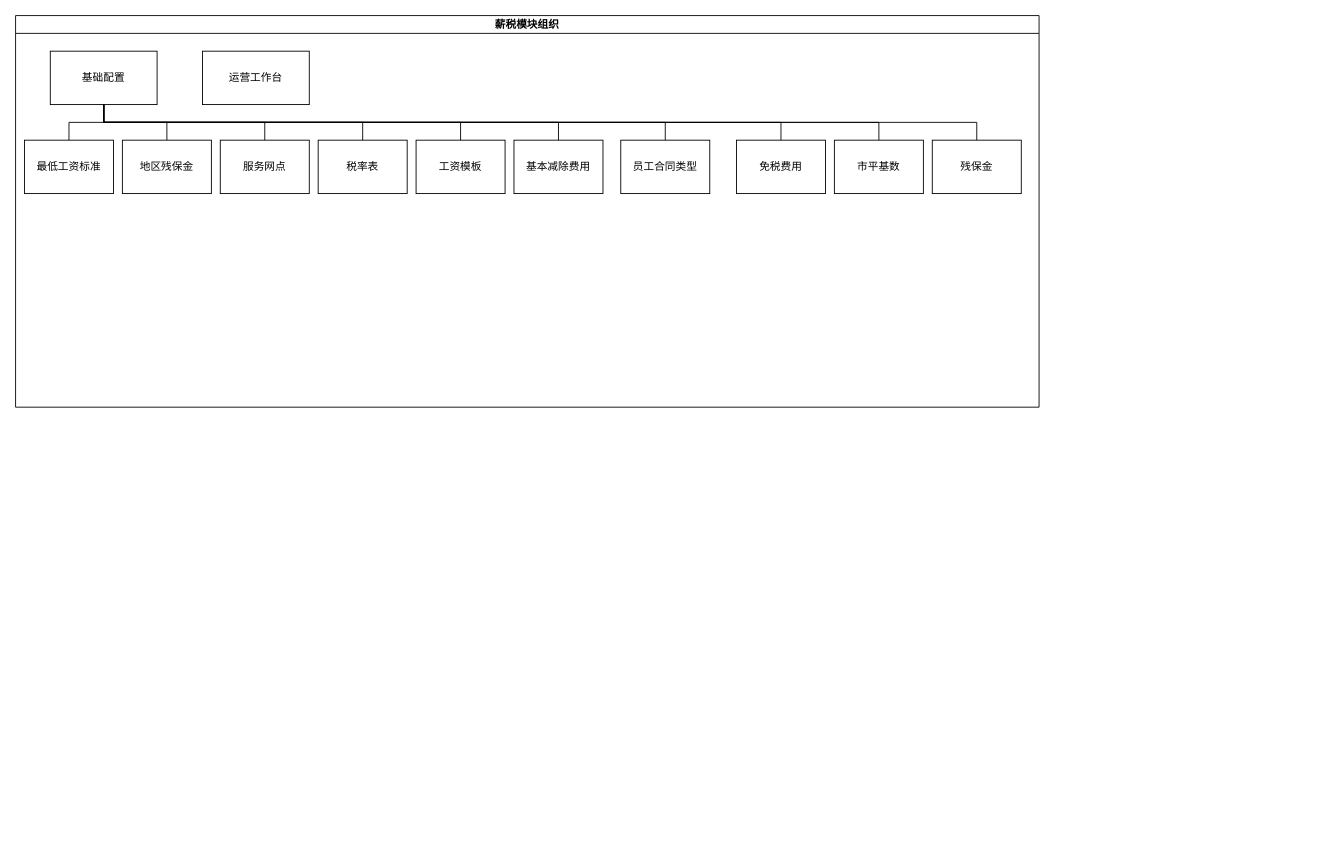
Earlier version of the draw.io diagram 薪税概况图.drawio (hz-jyq/draw). Source tidied: cells renumbered, new cells numbered last; positions are measured from the earlier drawing's top-left corner, leaving out a move shared by most shapes. Both pictures are drawn from the tidied source at 89%, with x=0, y=0 at pixel (15, 15).
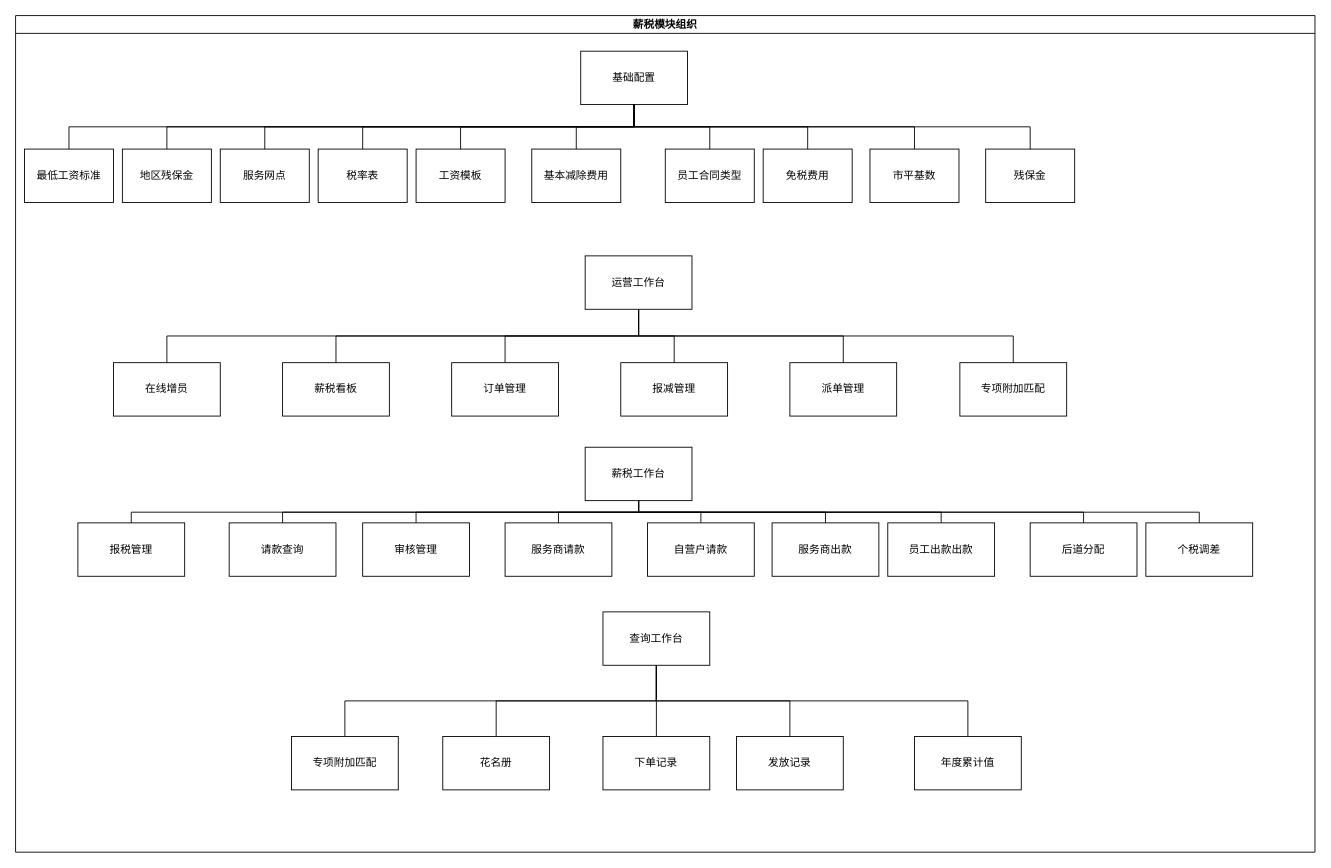
The same page after the edit.

Commit message:
更新薪税概况图.drawio

Diff of the diagram source:
```diff
@@
     <mxCell id="2" value="薪税模块组织" style="swimlane;startSize=20;horizontal=1;containerType=tree;newEdgeStyle={&quot;edgeStyle&quot;:&quot;elbowEdgeStyle&quot;,&quot;startArrow&quot;:&quot;none&quot;,&quot;endArrow&quot;:&quot;none&quot;};" parent="1" vertex="1">
-      <mxGeometry width="1150" height="440" as="geometry" />
+      <mxGeometry width="1460" height="940" as="geometry" />
     </mxCell>
@@
     <mxCell id="5" value="基础配置" style="whiteSpace=wrap;html=1;align=center;newEdgeStyle={&quot;edgeStyle&quot;:&quot;elbowEdgeStyle&quot;,&quot;startArrow&quot;:&quot;none&quot;,&quot;endArrow&quot;:&quot;none&quot;};" parent="2" vertex="1">
-      <mxGeometry x="39" y="40" width="120" height="60" as="geometry" />
+      <mxGeometry x="635" y="40" width="120" height="60" as="geometry" />
     </mxCell>
     <mxCell id="6" value="最低工资标准" style="whiteSpace=wrap;html=1;align=center;verticalAlign=middle;newEdgeStyle={&quot;edgeStyle&quot;:&quot;elbowEdgeStyle&quot;,&quot;startArrow&quot;:&quot;none&quot;,&quot;endArrow&quot;:&quot;none&quot;};" parent="2" vertex="1">
-      <mxGeometry x="10" y="140" width="100" height="60" as="geometry" />
+      <mxGeometry x="10" y="150" width="100" height="60" as="geometry" />
     </mxCell>
     <mxCell id="7" value="地区残保金" style="whiteSpace=wrap;html=1;align=center;verticalAlign=middle;newEdgeStyle={&quot;edgeStyle&quot;:&quot;elbowEdgeStyle&quot;,&quot;startArrow&quot;:&quot;none&quot;,&quot;endArrow&quot;:&quot;none&quot;};" parent="2" vertex="1" collapsed="1">
-      <mxGeometry x="120" y="140" width="100" height="60" as="geometry" />
+      <mxGeometry x="120" y="150" width="100" height="60" as="geometry" />
     </mxCell>
     <mxCell id="8" value="服务网点" style="whiteSpace=wrap;html=1;align=center;verticalAlign=middle;newEdgeStyle={&quot;edgeStyle&quot;:&quot;elbowEdgeStyle&quot;,&quot;startArrow&quot;:&quot;none&quot;,&quot;endArrow&quot;:&quot;none&quot;};" parent="2" vertex="1" collapsed="1">
-      <mxGeometry x="230" y="140" width="100" height="60" as="geometry" />
+      <mxGeometry x="230" y="150" width="100" height="60" as="geometry" />
     </mxCell>
@@
     <mxCell id="10" value="税率表" style="whiteSpace=wrap;html=1;align=center;verticalAlign=middle;newEdgeStyle={&quot;edgeStyle&quot;:&quot;elbowEdgeStyle&quot;,&quot;startArrow&quot;:&quot;none&quot;,&quot;endArrow&quot;:&quot;none&quot;};" parent="2" vertex="1" collapsed="1">
-      <mxGeometry x="340" y="140" width="100" height="60" as="geometry" />
+      <mxGeometry x="340" y="150" width="100" height="60" as="geometry" />
     </mxCell>
@@
     <mxCell id="12" value="工资模板" style="whiteSpace=wrap;html=1;align=center;verticalAlign=middle;newEdgeStyle={&quot;edgeStyle&quot;:&quot;elbowEdgeStyle&quot;,&quot;startArrow&quot;:&quot;none&quot;,&quot;endArrow&quot;:&quot;none&quot;};" parent="2" vertex="1" collapsed="1">
-      <mxGeometry x="450" y="140" width="100" height="60" as="geometry" />
+      <mxGeometry x="450" y="150" width="100" height="60" as="geometry" />
     </mxCell>
@@
     <mxCell id="14" value="基本减除费用" style="whiteSpace=wrap;html=1;align=center;verticalAlign=middle;newEdgeStyle={&quot;edgeStyle&quot;:&quot;elbowEdgeStyle&quot;,&quot;startArrow&quot;:&quot;none&quot;,&quot;endArrow&quot;:&quot;none&quot;};" parent="2" vertex="1" collapsed="1">
-      <mxGeometry x="560" y="140" width="100" height="60" as="geometry" />
+      <mxGeometry x="580" y="150" width="100" height="60" as="geometry" />
     </mxCell>
@@
     <mxCell id="16" value="员工合同类型" style="whiteSpace=wrap;html=1;align=center;verticalAlign=middle;newEdgeStyle={&quot;edgeStyle&quot;:&quot;elbowEdgeStyle&quot;,&quot;startArrow&quot;:&quot;none&quot;,&quot;endArrow&quot;:&quot;none&quot;};" parent="2" vertex="1" collapsed="1">
-      <mxGeometry x="680" y="140" width="100" height="60" as="geometry" />
+      <mxGeometry x="730" y="150" width="100" height="60" as="geometry" />
     </mxCell>
@@
     <mxCell id="18" value="免税费用" style="whiteSpace=wrap;html=1;align=center;verticalAlign=middle;newEdgeStyle={&quot;edgeStyle&quot;:&quot;elbowEdgeStyle&quot;,&quot;startArrow&quot;:&quot;none&quot;,&quot;endArrow&quot;:&quot;none&quot;};" parent="2" vertex="1" collapsed="1">
-      <mxGeometry x="810" y="140" width="100" height="60" as="geometry" />
+      <mxGeometry x="840" y="150" width="100" height="60" as="geometry" />
     </mxCell>
@@
     <mxCell id="20" value="市平基数" style="whiteSpace=wrap;html=1;align=center;verticalAlign=middle;newEdgeStyle={&quot;edgeStyle&quot;:&quot;elbowEdgeStyle&quot;,&quot;startArrow&quot;:&quot;none&quot;,&quot;endArrow&quot;:&quot;none&quot;};" parent="2" vertex="1" collapsed="1">
-      <mxGeometry x="920" y="140" width="100" height="60" as="geometry" />
+      <mxGeometry x="960" y="150" width="100" height="60" as="geometry" />
     </mxCell>
@@
     <mxCell id="22" value="残保金" style="whiteSpace=wrap;html=1;align=center;verticalAlign=middle;newEdgeStyle={&quot;edgeStyle&quot;:&quot;elbowEdgeStyle&quot;,&quot;startArrow&quot;:&quot;none&quot;,&quot;endArrow&quot;:&quot;none&quot;};" parent="2" vertex="1" collapsed="1">
-      <mxGeometry x="1030" y="140" width="100" height="60" as="geometry" />
+      <mxGeometry x="1090" y="150" width="100" height="60" as="geometry" />
     </mxCell>
@@
     <mxCell id="24" value="运营工作台" style="whiteSpace=wrap;html=1;align=center;newEdgeStyle={&quot;edgeStyle&quot;:&quot;elbowEdgeStyle&quot;,&quot;startArrow&quot;:&quot;none&quot;,&quot;endArrow&quot;:&quot;none&quot;};" parent="2" vertex="1">
-      <mxGeometry x="210" y="40" width="120" height="60" as="geometry" />
+      <mxGeometry x="640" y="270" width="120" height="60" as="geometry" />
     </mxCell>
+    <mxCell id="25" style="edgeStyle=elbowEdgeStyle;rounded=0;jettySize=auto;html=1;elbow=vertical;startArrow=none;endArrow=none;" parent="2" edge="1" source="24" target="26">
+      <mxGeometry relative="1" as="geometry" />
+    </mxCell>
+    <mxCell id="26" value="订单管理" style="whiteSpace=wrap;html=1;align=center;newEdgeStyle={&quot;edgeStyle&quot;:&quot;elbowEdgeStyle&quot;,&quot;startArrow&quot;:&quot;none&quot;,&quot;endArrow&quot;:&quot;none&quot;};" parent="2" vertex="1">
+      <mxGeometry x="490" y="390" width="120" height="60" as="geometry" />
+    </mxCell>
+    <mxCell id="27" value="派单管理" style="whiteSpace=wrap;html=1;align=center;newEdgeStyle={&quot;edgeStyle&quot;:&quot;elbowEdgeStyle&quot;,&quot;startArrow&quot;:&quot;none&quot;,&quot;endArrow&quot;:&quot;none&quot;};" parent="2" vertex="1">
+      <mxGeometry x="870" y="390" width="120" height="60" as="geometry" />
+    </mxCell>
+    <mxCell id="28" style="edgeStyle=elbowEdgeStyle;rounded=0;jettySize=auto;html=1;elbow=vertical;startArrow=none;endArrow=none;" parent="2" edge="1" source="24" target="27">
+      <mxGeometry relative="1" as="geometry" />
+    </mxCell>
+    <mxCell id="29" value="在线增员" style="whiteSpace=wrap;html=1;align=center;newEdgeStyle={&quot;edgeStyle&quot;:&quot;elbowEdgeStyle&quot;,&quot;startArrow&quot;:&quot;none&quot;,&quot;endArrow&quot;:&quot;none&quot;};" parent="2" vertex="1">
+      <mxGeometry x="110" y="390" width="120" height="60" as="geometry" />
+    </mxCell>
+    <mxCell id="30" style="edgeStyle=elbowEdgeStyle;rounded=0;jettySize=auto;html=1;elbow=vertical;startArrow=none;endArrow=none;" parent="2" edge="1" source="24" target="29">
+      <mxGeometry relative="1" as="geometry" />
+    </mxCell>
+    <mxCell id="31" value="报减管理" style="whiteSpace=wrap;html=1;align=center;newEdgeStyle={&quot;edgeStyle&quot;:&quot;elbowEdgeStyle&quot;,&quot;startArrow&quot;:&quot;none&quot;,&quot;endArrow&quot;:&quot;none&quot;};" parent="2" vertex="1">
+      <mxGeometry x="680" y="390" width="120" height="60" as="geometry" />
+    </mxCell>
+    <mxCell id="32" style="edgeStyle=elbowEdgeStyle;rounded=0;jettySize=auto;html=1;elbow=vertical;startArrow=none;endArrow=none;" parent="2" edge="1" source="24" target="31">
+      <mxGeometry relative="1" as="geometry" />
+    </mxCell>
+    <mxCell id="33" value="薪税看板" style="whiteSpace=wrap;html=1;align=center;newEdgeStyle={&quot;edgeStyle&quot;:&quot;elbowEdgeStyle&quot;,&quot;startArrow&quot;:&quot;none&quot;,&quot;endArrow&quot;:&quot;none&quot;};" parent="2" vertex="1">
+      <mxGeometry x="300" y="390" width="120" height="60" as="geometry" />
+    </mxCell>
+    <mxCell id="34" style="edgeStyle=elbowEdgeStyle;rounded=0;jettySize=auto;html=1;elbow=vertical;startArrow=none;endArrow=none;" parent="2" edge="1" source="24" target="33">
+      <mxGeometry relative="1" as="geometry" />
+    </mxCell>
+    <mxCell id="35" value="专项附加匹配" style="whiteSpace=wrap;html=1;align=center;newEdgeStyle={&quot;edgeStyle&quot;:&quot;elbowEdgeStyle&quot;,&quot;startArrow&quot;:&quot;none&quot;,&quot;endArrow&quot;:&quot;none&quot;};" parent="2" vertex="1">
+      <mxGeometry x="1061" y="390" width="120" height="60" as="geometry" />
+    </mxCell>
+    <mxCell id="36" style="edgeStyle=elbowEdgeStyle;rounded=0;jettySize=auto;html=1;elbow=vertical;startArrow=none;endArrow=none;" parent="2" edge="1" source="24" target="35">
+      <mxGeometry relative="1" as="geometry" />
+    </mxCell>
+    <mxCell id="37" value="薪税工作台" style="whiteSpace=wrap;html=1;align=center;newEdgeStyle={&quot;edgeStyle&quot;:&quot;elbowEdgeStyle&quot;,&quot;startArrow&quot;:&quot;none&quot;,&quot;endArrow&quot;:&quot;none&quot;};" parent="2" vertex="1">
+      <mxGeometry x="640" y="485" width="120" height="60" as="geometry" />
+    </mxCell>
+    <mxCell id="38" style="edgeStyle=elbowEdgeStyle;rounded=0;jettySize=auto;html=1;elbow=vertical;startArrow=none;endArrow=none;" parent="2" edge="1" source="37" target="39">
+      <mxGeometry relative="1" as="geometry" />
+    </mxCell>
+    <mxCell id="39" value="审核管理" style="whiteSpace=wrap;html=1;align=center;newEdgeStyle={&quot;edgeStyle&quot;:&quot;elbowEdgeStyle&quot;,&quot;startArrow&quot;:&quot;none&quot;,&quot;endArrow&quot;:&quot;none&quot;};" parent="2" vertex="1" collapsed="1">
+      <mxGeometry x="390" y="570" width="120" height="60" as="geometry" />
+    </mxCell>
+    <mxCell id="40" style="edgeStyle=elbowEdgeStyle;rounded=0;jettySize=auto;html=1;elbow=vertical;startArrow=none;endArrow=none;" parent="2" edge="1" source="37" target="41">
+      <mxGeometry relative="1" as="geometry" />
+    </mxCell>
+    <mxCell id="41" value="请款查询" style="whiteSpace=wrap;html=1;align=center;newEdgeStyle={&quot;edgeStyle&quot;:&quot;elbowEdgeStyle&quot;,&quot;startArrow&quot;:&quot;none&quot;,&quot;endArrow&quot;:&quot;none&quot;};" parent="2" vertex="1" collapsed="1">
+      <mxGeometry x="240" y="570" width="120" height="60" as="geometry" />
+    </mxCell>
+    <mxCell id="42" value="服务商请款" style="whiteSpace=wrap;html=1;align=center;newEdgeStyle={&quot;edgeStyle&quot;:&quot;elbowEdgeStyle&quot;,&quot;startArrow&quot;:&quot;none&quot;,&quot;endArrow&quot;:&quot;none&quot;};" parent="2" vertex="1" collapsed="1">
+      <mxGeometry x="550" y="570" width="120" height="60" as="geometry" />
+    </mxCell>
+    <mxCell id="43" style="edgeStyle=elbowEdgeStyle;rounded=0;jettySize=auto;html=1;elbow=vertical;startArrow=none;endArrow=none;" parent="2" edge="1" source="37" target="42">
+      <mxGeometry relative="1" as="geometry" />
+    </mxCell>
+    <mxCell id="44" style="edgeStyle=elbowEdgeStyle;rounded=0;jettySize=auto;html=1;elbow=vertical;startArrow=none;endArrow=none;" parent="2" edge="1" source="37" target="45">
+      <mxGeometry relative="1" as="geometry" />
+    </mxCell>
+    <mxCell id="45" value="自营户请款" style="whiteSpace=wrap;html=1;align=center;newEdgeStyle={&quot;edgeStyle&quot;:&quot;elbowEdgeStyle&quot;,&quot;startArrow&quot;:&quot;none&quot;,&quot;endArrow&quot;:&quot;none&quot;};" parent="2" vertex="1" collapsed="1">
+      <mxGeometry x="710" y="570" width="120" height="60" as="geometry" />
+    </mxCell>
+    <mxCell id="46" style="edgeStyle=elbowEdgeStyle;rounded=0;jettySize=auto;html=1;elbow=vertical;startArrow=none;endArrow=none;" parent="2" edge="1" source="37" target="47">
+      <mxGeometry relative="1" as="geometry" />
+    </mxCell>
+    <mxCell id="47" value="服务商出款" style="whiteSpace=wrap;html=1;align=center;newEdgeStyle={&quot;edgeStyle&quot;:&quot;elbowEdgeStyle&quot;,&quot;startArrow&quot;:&quot;none&quot;,&quot;endArrow&quot;:&quot;none&quot;};" parent="2" vertex="1" collapsed="1">
+      <mxGeometry x="850" y="570" width="120" height="60" as="geometry" />
+    </mxCell>
+    <mxCell id="48" style="edgeStyle=elbowEdgeStyle;rounded=0;jettySize=auto;html=1;elbow=vertical;startArrow=none;endArrow=none;" parent="2" edge="1" source="37" target="49">
+      <mxGeometry relative="1" as="geometry" />
+    </mxCell>
+    <mxCell id="49" value="员工出款出款" style="whiteSpace=wrap;html=1;align=center;newEdgeStyle={&quot;edgeStyle&quot;:&quot;elbowEdgeStyle&quot;,&quot;startArrow&quot;:&quot;none&quot;,&quot;endArrow&quot;:&quot;none&quot;};" parent="2" vertex="1" collapsed="1">
+      <mxGeometry x="980" y="570" width="120" height="60" as="geometry" />
+    </mxCell>
+    <mxCell id="50" value="报税管理" style="whiteSpace=wrap;html=1;align=center;newEdgeStyle={&quot;edgeStyle&quot;:&quot;elbowEdgeStyle&quot;,&quot;startArrow&quot;:&quot;none&quot;,&quot;endArrow&quot;:&quot;none&quot;};" parent="2" vertex="1" collapsed="1">
+      <mxGeometry x="70" y="570" width="120" height="60" as="geometry" />
+    </mxCell>
+    <mxCell id="51" style="edgeStyle=elbowEdgeStyle;rounded=0;jettySize=auto;html=1;elbow=vertical;startArrow=none;endArrow=none;" parent="2" edge="1" source="37" target="50">
+      <mxGeometry relative="1" as="geometry" />
+    </mxCell>
+    <mxCell id="52" style="edgeStyle=elbowEdgeStyle;rounded=0;jettySize=auto;html=1;elbow=vertical;startArrow=none;endArrow=none;" parent="2" edge="1" source="37" target="53">
+      <mxGeometry relative="1" as="geometry" />
+    </mxCell>
+    <mxCell id="53" value="后道分配" style="whiteSpace=wrap;html=1;align=center;newEdgeStyle={&quot;edgeStyle&quot;:&quot;elbowEdgeStyle&quot;,&quot;startArrow&quot;:&quot;none&quot;,&quot;endArrow&quot;:&quot;none&quot;};" parent="2" vertex="1" collapsed="1">
+      <mxGeometry x="1140" y="570" width="120" height="60" as="geometry" />
+    </mxCell>
+    <mxCell id="54" style="edgeStyle=elbowEdgeStyle;rounded=0;jettySize=auto;html=1;elbow=vertical;startArrow=none;endArrow=none;" parent="2" edge="1" source="37" target="55">
+      <mxGeometry relative="1" as="geometry" />
+    </mxCell>
+    <mxCell id="55" value="个税调差" style="whiteSpace=wrap;html=1;align=center;newEdgeStyle={&quot;edgeStyle&quot;:&quot;elbowEdgeStyle&quot;,&quot;startArrow&quot;:&quot;none&quot;,&quot;endArrow&quot;:&quot;none&quot;};" parent="2" vertex="1" collapsed="1">
+      <mxGeometry x="1270" y="570" width="120" height="60" as="geometry" />
+    </mxCell>
+    <mxCell id="56" value="查询工作台" style="whiteSpace=wrap;html=1;align=center;newEdgeStyle={&quot;edgeStyle&quot;:&quot;elbowEdgeStyle&quot;,&quot;startArrow&quot;:&quot;none&quot;,&quot;endArrow&quot;:&quot;none&quot;};" parent="2" vertex="1">
+      <mxGeometry x="660" y="670" width="120" height="60" as="geometry" />
+    </mxCell>
+    <mxCell id="57" style="edgeStyle=elbowEdgeStyle;rounded=0;jettySize=auto;html=1;elbow=vertical;startArrow=none;endArrow=none;" parent="2" edge="1" source="56" target="58">
+      <mxGeometry relative="1" as="geometry" />
+    </mxCell>
+    <mxCell id="58" value="下单记录" style="whiteSpace=wrap;html=1;align=center;newEdgeStyle={&quot;edgeStyle&quot;:&quot;elbowEdgeStyle&quot;,&quot;startArrow&quot;:&quot;none&quot;,&quot;endArrow&quot;:&quot;none&quot;};" parent="2" vertex="1" collapsed="1">
+      <mxGeometry x="660" y="810" width="120" height="60" as="geometry" />
+    </mxCell>
+    <mxCell id="59" value="发放记录" style="whiteSpace=wrap;html=1;align=center;newEdgeStyle={&quot;edgeStyle&quot;:&quot;elbowEdgeStyle&quot;,&quot;startArrow&quot;:&quot;none&quot;,&quot;endArrow&quot;:&quot;none&quot;};" parent="2" vertex="1" collapsed="1">
+      <mxGeometry x="810" y="810" width="120" height="60" as="geometry" />
+    </mxCell>
+    <mxCell id="60" style="edgeStyle=elbowEdgeStyle;rounded=0;jettySize=auto;html=1;elbow=vertical;startArrow=none;endArrow=none;" parent="2" edge="1" source="56" target="59">
+      <mxGeometry relative="1" as="geometry" />
+    </mxCell>
+    <mxCell id="61" value="花名册" style="whiteSpace=wrap;html=1;align=center;newEdgeStyle={&quot;edgeStyle&quot;:&quot;elbowEdgeStyle&quot;,&quot;startArrow&quot;:&quot;none&quot;,&quot;endArrow&quot;:&quot;none&quot;};" parent="2" vertex="1" collapsed="1">
+      <mxGeometry x="480" y="810" width="120" height="60" as="geometry" />
+    </mxCell>
+    <mxCell id="62" style="edgeStyle=elbowEdgeStyle;rounded=0;jettySize=auto;html=1;elbow=vertical;startArrow=none;endArrow=none;" parent="2" edge="1" source="56" target="61">
+      <mxGeometry relative="1" as="geometry" />
+    </mxCell>
+    <mxCell id="63" style="edgeStyle=elbowEdgeStyle;rounded=0;jettySize=auto;html=1;elbow=vertical;startArrow=none;endArrow=none;" parent="2" edge="1" source="56" target="64">
+      <mxGeometry relative="1" as="geometry" />
+    </mxCell>
+    <mxCell id="64" value="年度累计值" style="whiteSpace=wrap;html=1;align=center;newEdgeStyle={&quot;edgeStyle&quot;:&quot;elbowEdgeStyle&quot;,&quot;startArrow&quot;:&quot;none&quot;,&quot;endArrow&quot;:&quot;none&quot;};" parent="2" vertex="1" collapsed="1">
+      <mxGeometry x="1010" y="810" width="120" height="60" as="geometry" />
+    </mxCell>
+    <mxCell id="65" style="edgeStyle=elbowEdgeStyle;rounded=0;jettySize=auto;html=1;elbow=vertical;startArrow=none;endArrow=none;" parent="2" edge="1" source="56" target="66">
+      <mxGeometry relative="1" as="geometry" />
+    </mxCell>
+    <mxCell id="66" value="专项附加匹配" style="whiteSpace=wrap;html=1;align=center;newEdgeStyle={&quot;edgeStyle&quot;:&quot;elbowEdgeStyle&quot;,&quot;startArrow&quot;:&quot;none&quot;,&quot;endArrow&quot;:&quot;none&quot;};" parent="2" vertex="1" collapsed="1">
+      <mxGeometry x="310" y="810" width="120" height="60" as="geometry" />
+    </mxCell>
+    <mxCell id="67" style="edgeStyle=elbowEdgeStyle;rounded=0;orthogonalLoop=1;jettySize=auto;html=1;startArrow=none;endArrow=none;exitX=1;exitY=0.5;exitDx=0;exitDy=0;" parent="2" edge="1" source="26" target="26">
+      <mxGeometry relative="1" as="geometry" />
+    </mxCell>
```
